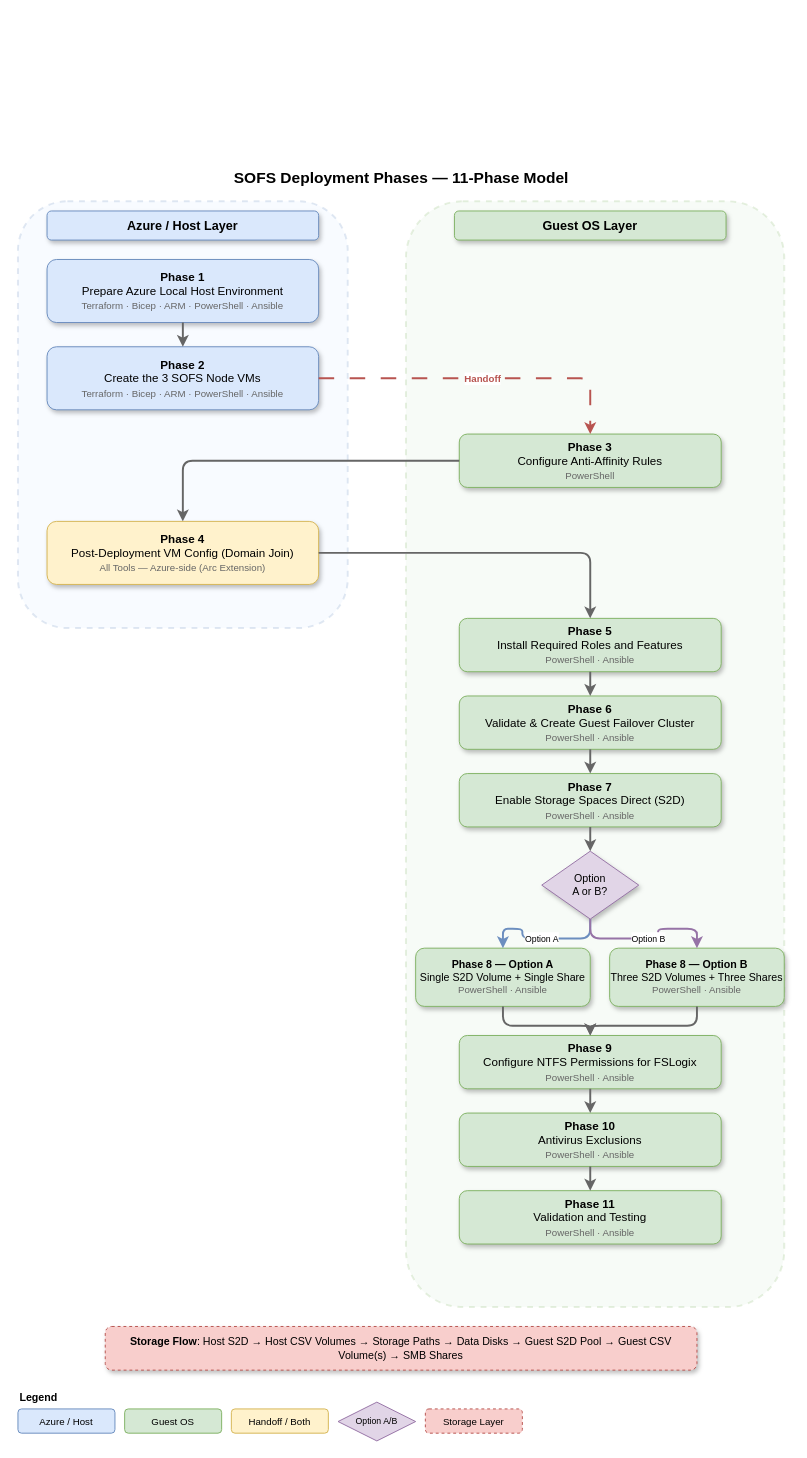
This is docs/assets/diagrams/sofs-deployment-phases.drawio from AzureLocal/azurelocal-sofs-fslogix, a draw.io file, before an edit. Source tidied: cells renumbered, new cells numbered last; positions are measured from the earlier drawing's top-left corner, leaving out a move shared by most shapes. Both pictures are drawn from the tidied source at 97%, with x=0, y=0 at pixel (17, 162).
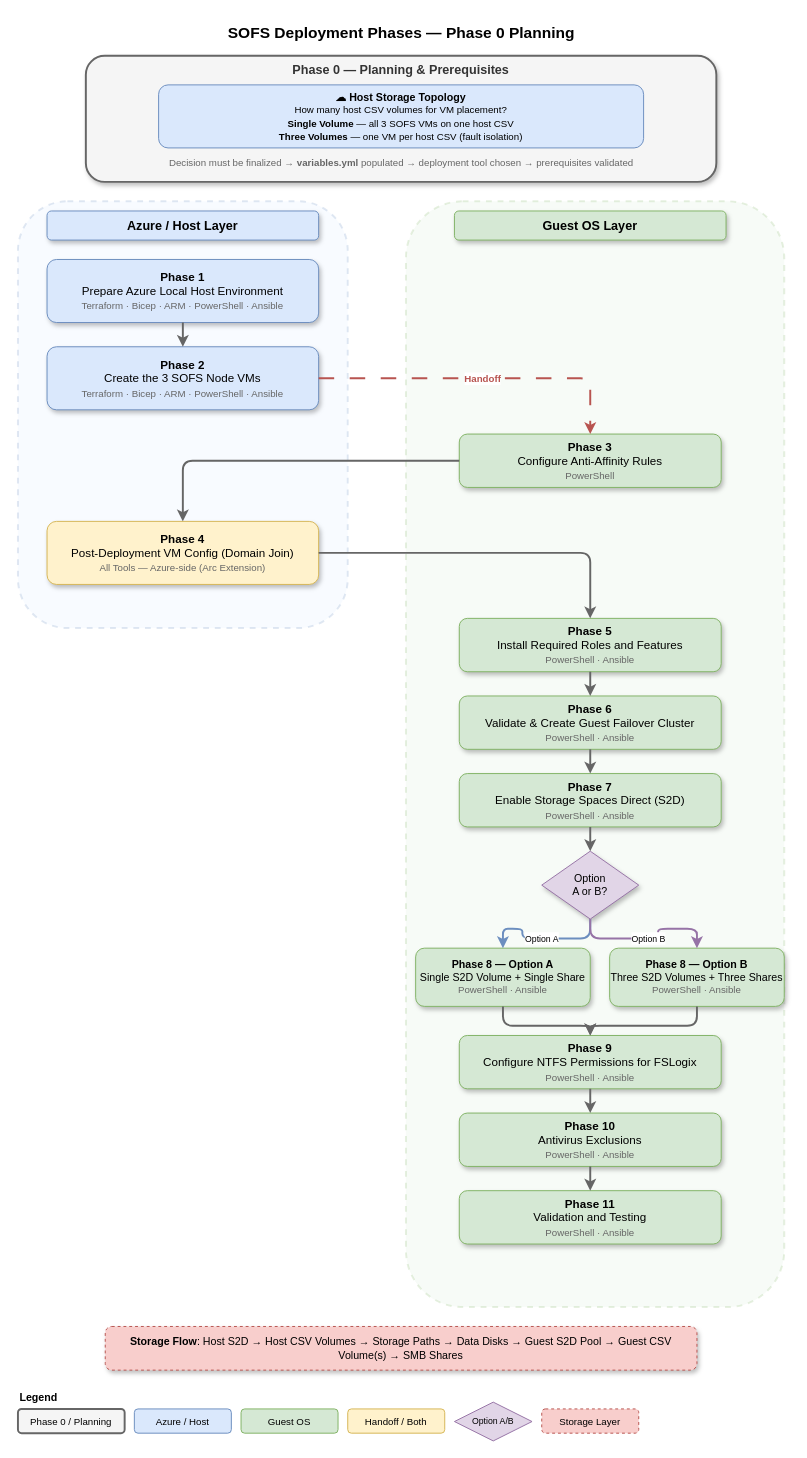
The same page after the edit.

Commit message (it also covers changes not shown here):
docs: add Phase 0 planning checkpoint to deployment diagram

- Replace original 11-phase diagram with Phase 0 variant
- Phase 0 shows host storage topology decision (single CSV vs one-per-VM)
- Re-export PNG at 2x scale (332 KB)
- Update Mermaid diagram in overview.md with Phase 0 node
- Clean up draft option1/option2 drawio files

What changed in the source:
```diff
@@
-    <mxCell id="2" value="SOFS Deployment Phases — 11-Phase Model" style="text;html=1;fontSize=16;fontStyle=1;align=center;" parent="1" vertex="1">
-      <mxGeometry x="145" width="500" height="25" as="geometry" />
+    <mxCell id="2" value="SOFS Deployment Phases — Phase 0 Planning" style="text;html=1;fontSize=16;fontStyle=1;align=center;" parent="1" vertex="1">
+      <mxGeometry x="145" y="-150" width="500" height="25" as="geometry" />
     </mxCell>
+    <mxCell id="40" value="&lt;b&gt;Phase 0 — Planning &amp;amp; Prerequisites&lt;/b&gt;" style="rounded=1;whiteSpace=wrap;html=1;fillColor=#f5f5f5;strokeColor=#666666;fontSize=13;shadow=1;strokeWidth=2;fontColor=#333333;verticalAlign=top;" parent="1" vertex="1">
+      <mxGeometry x="70" y="-110" width="650" height="130" as="geometry" />
+    </mxCell>
+    <mxCell id="41" value="&lt;b&gt;☁ Host Storage Topology&lt;/b&gt;&lt;br&gt;&lt;font style=&quot;font-size:10px&quot;&gt;How many host CSV volumes for VM placement?&lt;br&gt;&lt;b&gt;Single Volume&lt;/b&gt; — all 3 SOFS VMs on one host CSV&lt;br&gt;&lt;b&gt;Three Volumes&lt;/b&gt; — one VM per host CSV (fault isolation)&lt;/font&gt;" style="rounded=1;whiteSpace=wrap;html=1;fillColor=#dae8fc;strokeColor=#6c8ebf;fontSize=11;shadow=0;" parent="1" vertex="1">
+      <mxGeometry x="145" y="-80" width="500" height="65" as="geometry" />
+    </mxCell>
+    <mxCell id="42" value="&lt;font style=&quot;font-size:10px;color:#666666&quot;&gt;Decision must be finalized → &lt;b&gt;variables.yml&lt;/b&gt; populated → deployment tool chosen → prerequisites validated&lt;/font&gt;" style="text;html=1;align=center;verticalAlign=middle;" parent="1" vertex="1">
+      <mxGeometry x="120" y="-10" width="550" height="20" as="geometry" />
+    </mxCell>
@@
+    <mxCell id="43" value="Phase 0 / Planning" style="rounded=1;whiteSpace=wrap;html=1;fillColor=#f5f5f5;strokeColor=#666666;fontSize=10;strokeWidth=2;" parent="1" vertex="1">
+      <mxGeometry y="1285" width="110" height="25" as="geometry" />
+    </mxCell>
     <mxCell id="22" value="Azure / Host" style="rounded=1;whiteSpace=wrap;html=1;fillColor=#dae8fc;strokeColor=#6c8ebf;fontSize=10;" parent="1" vertex="1">
-      <mxGeometry y="1285" width="100" height="25" as="geometry" />
+      <mxGeometry x="120" y="1285" width="100" height="25" as="geometry" />
     </mxCell>
     <mxCell id="23" value="Guest OS" style="rounded=1;whiteSpace=wrap;html=1;fillColor=#d5e8d4;strokeColor=#82b366;fontSize=10;" parent="1" vertex="1">
-      <mxGeometry x="110" y="1285" width="100" height="25" as="geometry" />
+      <mxGeometry x="230" y="1285" width="100" height="25" as="geometry" />
     </mxCell>
     <mxCell id="24" value="Handoff / Both" style="rounded=1;whiteSpace=wrap;html=1;fillColor=#fff2cc;strokeColor=#d6b656;fontSize=10;" parent="1" vertex="1">
-      <mxGeometry x="220" y="1285" width="100" height="25" as="geometry" />
+      <mxGeometry x="340" y="1285" width="100" height="25" as="geometry" />
     </mxCell>
     <mxCell id="25" value="Option A/B" style="rhombus;whiteSpace=wrap;html=1;fillColor=#e1d5e7;strokeColor=#9673a6;fontSize=9;" parent="1" vertex="1">
-      <mxGeometry x="330" y="1278" width="80" height="40" as="geometry" />
+      <mxGeometry x="450" y="1278" width="80" height="40" as="geometry" />
     </mxCell>
     <mxCell id="26" value="Storage Layer" style="rounded=1;whiteSpace=wrap;html=1;fillColor=#f8cecc;strokeColor=#b85450;fontSize=10;dashed=1;" parent="1" vertex="1">
-      <mxGeometry x="420" y="1285" width="100" height="25" as="geometry" />
+      <mxGeometry x="540" y="1285" width="100" height="25" as="geometry" />
     </mxCell>
```
